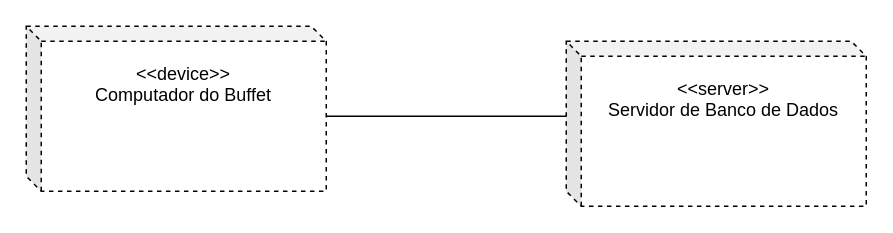
Earlier version of the draw.io diagram 4° Período/Análise e Projeto de Sistemas (Janderson)/Atividade 03/Diagrama de Implantação.drawio (lucaslucenak/cc-UEPB). Source tidied: cells renumbered, new cells numbered last; positions are measured from the earlier drawing's top-left corner, leaving out a move shared by most shapes. Both pictures are drawn from the tidied source at 150%, with x=0, y=0 at pixel (26, 26).
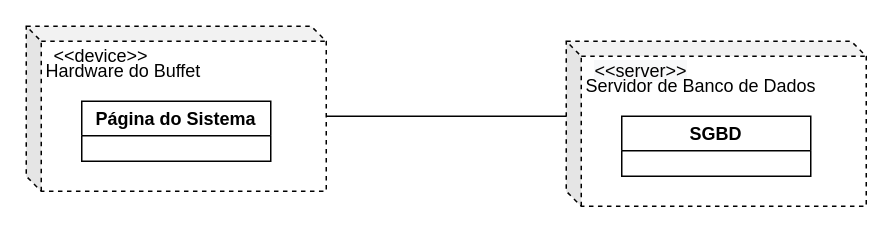
The same diagram, later.

Commit message (it also covers changes not shown here):
added diagrama de implantação in atividade03 in APS

Diff of the diagram source:
```diff
@@
 <mxGraphModel>
   <root>
     <mxCell id="0" />
     <mxCell id="1" parent="0" />
     <mxCell id="2" style="edgeStyle=orthogonalEdgeStyle;rounded=0;jettySize=auto;html=1;exitX=0;exitY=0;exitDx=200;exitDy=60;exitPerimeter=0;entryX=0;entryY=0;entryDx=0;entryDy=50;entryPerimeter=0;endArrow=none;endFill=0;" parent="1" edge="1" source="3" target="4">
       <mxGeometry relative="1" as="geometry" />
     </mxCell>
-    <mxCell id="3" value="&amp;lt;&amp;lt;device&amp;gt;&amp;gt;&lt;br&gt;Computador do Buffet&lt;br&gt;&lt;br&gt;&lt;br&gt;&lt;br&gt;" style="shape=cube;whiteSpace=wrap;html=1;boundedLbl=1;backgroundOutline=1;darkOpacity=0.05;darkOpacity2=0.1;dashed=1;size=10;" parent="1" vertex="1">
+    <mxCell id="3" style="shape=cube;whiteSpace=wrap;html=1;boundedLbl=1;backgroundOutline=1;darkOpacity=0.05;darkOpacity2=0.1;dashed=1;size=10;" parent="1" vertex="1">
       <mxGeometry width="200" height="110" as="geometry" />
     </mxCell>
-    <mxCell id="4" value="&amp;lt;&amp;lt;server&amp;gt;&amp;gt;&lt;br&gt;Servidor de Banco de Dados&lt;br&gt;&lt;br&gt;&lt;br&gt;&lt;br&gt;" style="shape=cube;whiteSpace=wrap;html=1;boundedLbl=1;backgroundOutline=1;darkOpacity=0.05;darkOpacity2=0.1;dashed=1;size=10;" parent="1" vertex="1">
+    <mxCell id="4" style="shape=cube;whiteSpace=wrap;html=1;boundedLbl=1;backgroundOutline=1;darkOpacity=0.05;darkOpacity2=0.1;dashed=1;size=10;" parent="1" vertex="1">
       <mxGeometry x="360" y="10" width="200" height="110" as="geometry" />
     </mxCell>
+    <mxCell id="5" value="&amp;lt;&amp;lt;device&amp;gt;&amp;gt;" style="text;html=1;strokeColor=none;fillColor=none;align=center;verticalAlign=middle;whiteSpace=wrap;rounded=0;" parent="1" vertex="1">
+      <mxGeometry x="20" y="10" width="60" height="20" as="geometry" />
+    </mxCell>
+    <mxCell id="6" value="&lt;span style=&quot;color: rgb(0 , 0 , 0) ; font-family: &amp;#34;helvetica&amp;#34; ; font-size: 12px ; font-style: normal ; font-weight: 400 ; letter-spacing: normal ; text-align: center ; text-indent: 0px ; text-transform: none ; word-spacing: 0px ; background-color: rgb(248 , 249 , 250) ; display: inline ; float: none&quot;&gt;&amp;lt;&amp;lt;server&amp;gt;&amp;gt;&lt;/span&gt;&lt;br style=&quot;color: rgb(0 , 0 , 0) ; font-family: &amp;#34;helvetica&amp;#34; ; font-size: 12px ; font-style: normal ; font-weight: 400 ; letter-spacing: normal ; text-align: center ; text-indent: 0px ; text-transform: none ; word-spacing: 0px ; background-color: rgb(248 , 249 , 250)&quot;&gt;" style="text;html=1;strokeColor=none;fillColor=none;align=center;verticalAlign=middle;whiteSpace=wrap;rounded=0;" parent="1" vertex="1">
+      <mxGeometry x="380" y="20" width="60" height="20" as="geometry" />
+    </mxCell>
+    <mxCell id="7" value="Hardware do Buffet" style="text;html=1;strokeColor=none;fillColor=none;align=center;verticalAlign=middle;whiteSpace=wrap;rounded=0;" parent="1" vertex="1">
+      <mxGeometry x="10" y="20" width="110" height="20" as="geometry" />
+    </mxCell>
+    <mxCell id="8" value="Servidor de Banco de Dados" style="text;html=1;strokeColor=none;fillColor=none;align=center;verticalAlign=middle;whiteSpace=wrap;rounded=0;" parent="1" vertex="1">
+      <mxGeometry x="370" y="30" width="160" height="20" as="geometry" />
+    </mxCell>
+    <mxCell id="9" value="Página do Sistema" style="swimlane;" parent="1" vertex="1">
+      <mxGeometry x="37" y="50" width="126" height="40" as="geometry" />
+    </mxCell>
+    <mxCell id="10" value="SGBD" style="swimlane;" parent="1" vertex="1">
+      <mxGeometry x="397" y="60" width="126" height="40" as="geometry" />
+    </mxCell>
   </root>
 </mxGraphModel>
```
